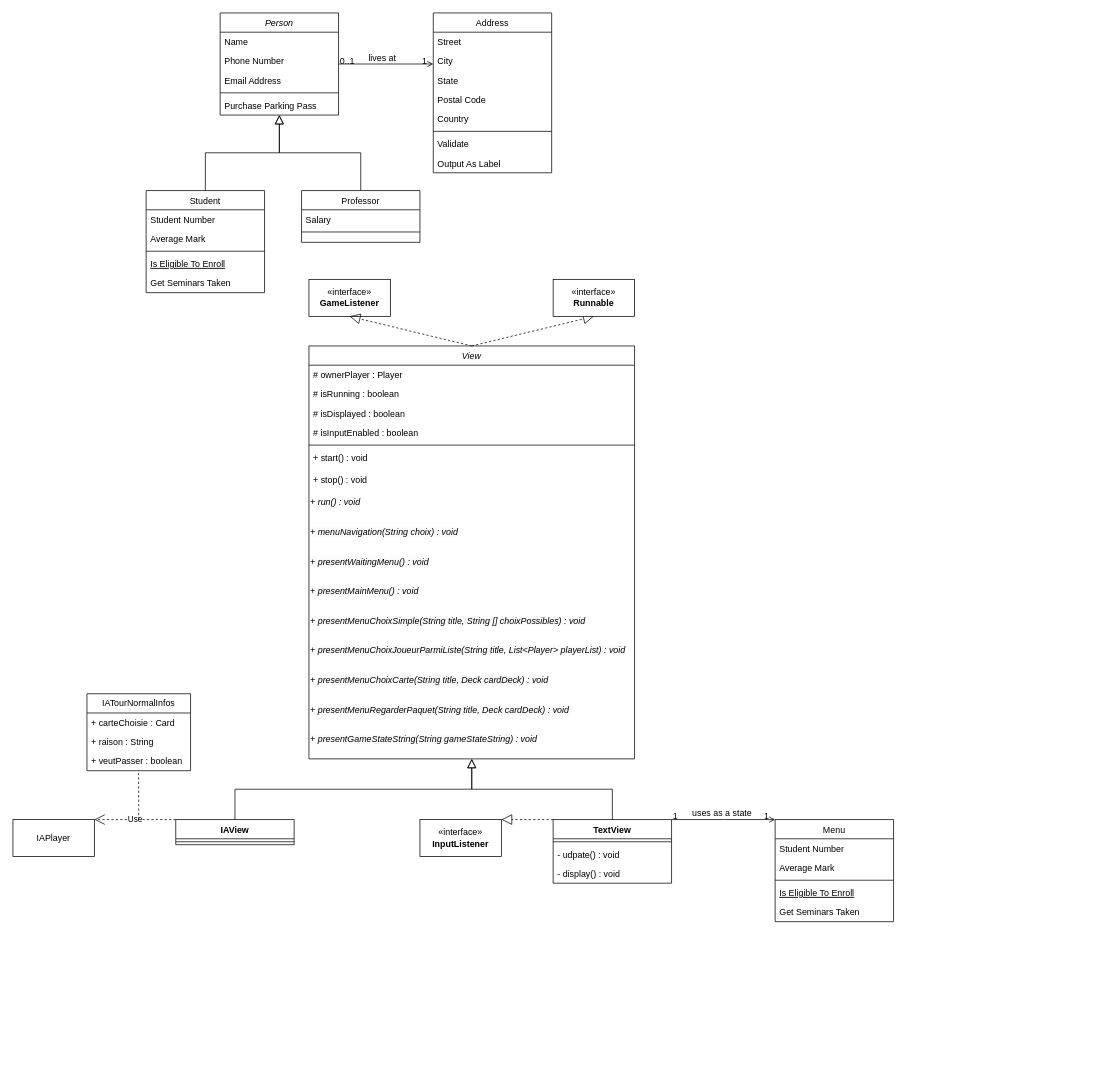
This is Diagramme de classes view.drawio from Riuza-c-137/diagrams.net-default_repo, a draw.io file, before an edit. Source tidied: cells renumbered, new cells numbered last; positions are measured from the earlier drawing's top-left corner, leaving out a move shared by most shapes. Both pictures are drawn from the tidied source at 74%, with x=0, y=0 at pixel (13, 13).
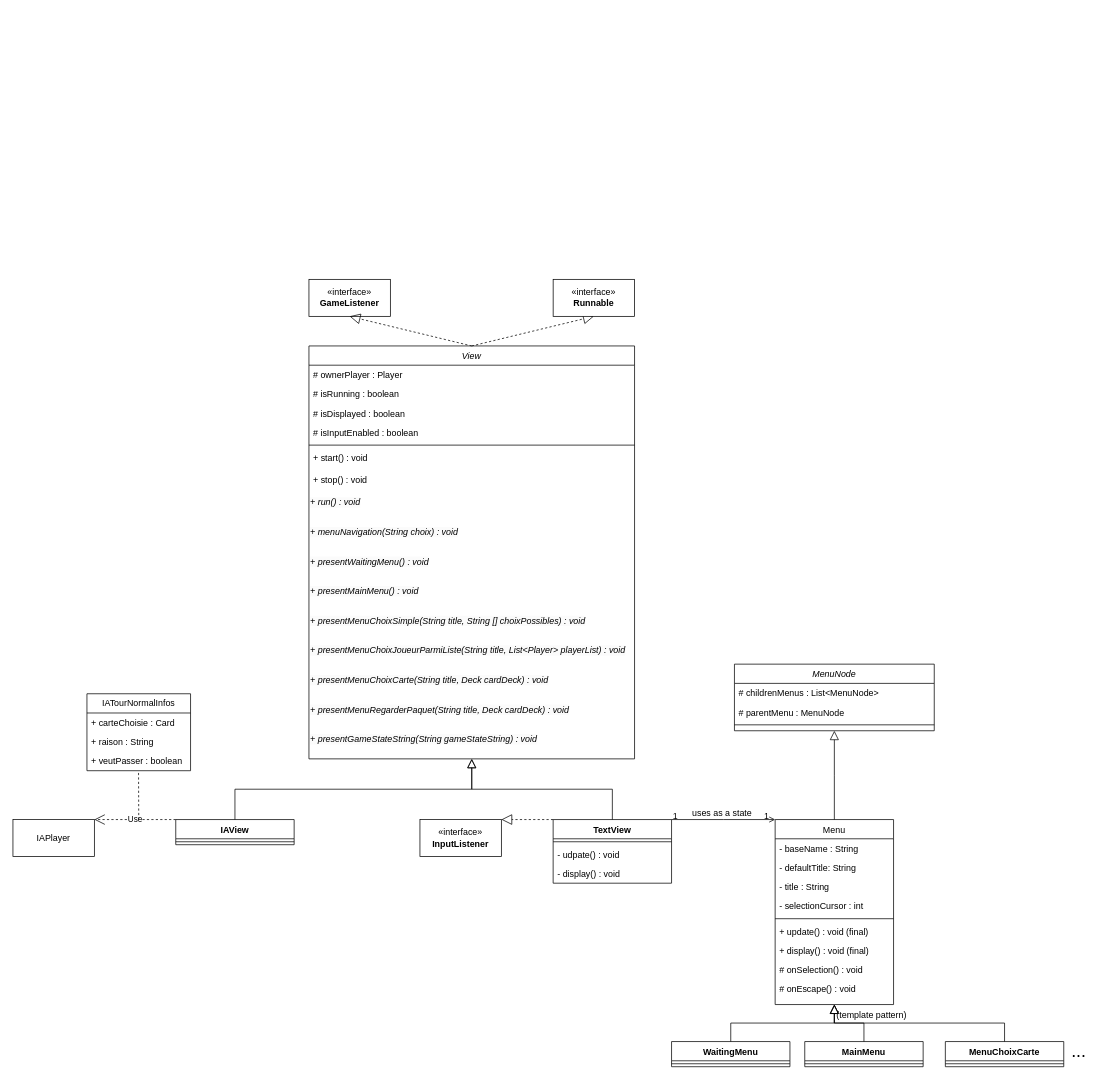
Above is the later version.

Commit message (it also covers changes not shown here):
Mettre à jour Diagramme de classes view.drawio

The edit, as a diff of the source:
```diff
@@
-    <mxCell id="2" value="Person" style="swimlane;fontStyle=2;align=center;verticalAlign=top;horizontal=1;startSize=26;rounded=0;shadow=0;strokeWidth=1;" parent="1" vertex="1">
-      <mxGeometry x="280" width="160" height="138" as="geometry" />
-    </mxCell>
-    <mxCell id="3" value="Name" style="text;align=left;verticalAlign=top;spacingLeft=4;spacingRight=4;overflow=hidden;" parent="2" vertex="1">
-      <mxGeometry y="26" width="160" height="26" as="geometry" />
-    </mxCell>
-    <mxCell id="4" value="Phone Number" style="text;align=left;verticalAlign=top;spacingLeft=4;spacingRight=4;overflow=hidden;rounded=0;shadow=0;html=0;" parent="2" vertex="1">
-      <mxGeometry y="52" width="160" height="26" as="geometry" />
-    </mxCell>
-    <mxCell id="5" value="Email Address" style="text;align=left;verticalAlign=top;spacingLeft=4;spacingRight=4;overflow=hidden;rounded=0;shadow=0;html=0;" parent="2" vertex="1">
-      <mxGeometry y="78" width="160" height="26" as="geometry" />
-    </mxCell>
-    <mxCell id="6" style="line;html=1;strokeWidth=1;align=left;verticalAlign=middle;spacingTop=-1;spacingLeft=3;spacingRight=3;labelPosition=right;" parent="2" vertex="1">
-      <mxGeometry y="104" width="160" height="8" as="geometry" />
-    </mxCell>
-    <mxCell id="7" value="Purchase Parking Pass" style="text;align=left;verticalAlign=top;spacingLeft=4;spacingRight=4;overflow=hidden;" parent="2" vertex="1">
-      <mxGeometry y="112" width="160" height="26" as="geometry" />
-    </mxCell>
-    <mxCell id="8" value="Student" style="swimlane;fontStyle=0;align=center;verticalAlign=top;horizontal=1;startSize=26;rounded=0;shadow=0;strokeWidth=1;" parent="1" vertex="1">
-      <mxGeometry x="180" y="240" width="160" height="138" as="geometry" />
-    </mxCell>
-    <mxCell id="9" value="Student Number" style="text;align=left;verticalAlign=top;spacingLeft=4;spacingRight=4;overflow=hidden;" parent="8" vertex="1">
-      <mxGeometry y="26" width="160" height="26" as="geometry" />
-    </mxCell>
-    <mxCell id="10" value="Average Mark" style="text;align=left;verticalAlign=top;spacingLeft=4;spacingRight=4;overflow=hidden;rounded=0;shadow=0;html=0;" parent="8" vertex="1">
-      <mxGeometry y="52" width="160" height="26" as="geometry" />
-    </mxCell>
-    <mxCell id="11" style="line;html=1;strokeWidth=1;align=left;verticalAlign=middle;spacingTop=-1;spacingLeft=3;spacingRight=3;labelPosition=right;" parent="8" vertex="1">
-      <mxGeometry y="78" width="160" height="8" as="geometry" />
-    </mxCell>
-    <mxCell id="12" value="Is Eligible To Enroll" style="text;align=left;verticalAlign=top;spacingLeft=4;spacingRight=4;overflow=hidden;fontStyle=4;" parent="8" vertex="1">
-      <mxGeometry y="86" width="160" height="26" as="geometry" />
-    </mxCell>
-    <mxCell id="13" value="Get Seminars Taken" style="text;align=left;verticalAlign=top;spacingLeft=4;spacingRight=4;overflow=hidden;" parent="8" vertex="1">
-      <mxGeometry y="112" width="160" height="26" as="geometry" />
-    </mxCell>
-    <mxCell id="14" style="endArrow=block;endSize=10;endFill=0;shadow=0;strokeWidth=1;rounded=0;edgeStyle=elbowEdgeStyle;elbow=vertical;" parent="1" edge="1" source="8" target="2">
-      <mxGeometry relative="1" as="geometry" />
-    </mxCell>
-    <mxCell id="15" value="Professor" style="swimlane;fontStyle=0;align=center;verticalAlign=top;horizontal=1;startSize=26;rounded=0;shadow=0;strokeWidth=1;" parent="1" vertex="1">
-      <mxGeometry x="390" y="240" width="160" height="70" as="geometry" />
-    </mxCell>
-    <mxCell id="16" value="Salary" style="text;align=left;verticalAlign=top;spacingLeft=4;spacingRight=4;overflow=hidden;" parent="15" vertex="1">
-      <mxGeometry y="26" width="160" height="26" as="geometry" />
-    </mxCell>
-    <mxCell id="17" style="line;html=1;strokeWidth=1;align=left;verticalAlign=middle;spacingTop=-1;spacingLeft=3;spacingRight=3;labelPosition=right;" parent="15" vertex="1">
-      <mxGeometry y="52" width="160" height="8" as="geometry" />
-    </mxCell>
-    <mxCell id="18" style="endArrow=block;endSize=10;endFill=0;shadow=0;strokeWidth=1;rounded=0;edgeStyle=elbowEdgeStyle;elbow=vertical;" parent="1" edge="1" source="15" target="2">
-      <mxGeometry relative="1" as="geometry" />
-    </mxCell>
-    <mxCell id="19" value="Address" style="swimlane;fontStyle=0;align=center;verticalAlign=top;horizontal=1;startSize=26;rounded=0;shadow=0;strokeWidth=1;" parent="1" vertex="1">
-      <mxGeometry x="568" width="160" height="216" as="geometry" />
-    </mxCell>
-    <mxCell id="20" value="Street" style="text;align=left;verticalAlign=top;spacingLeft=4;spacingRight=4;overflow=hidden;" parent="19" vertex="1">
-      <mxGeometry y="26" width="160" height="26" as="geometry" />
-    </mxCell>
-    <mxCell id="21" value="City" style="text;align=left;verticalAlign=top;spacingLeft=4;spacingRight=4;overflow=hidden;rounded=0;shadow=0;html=0;" parent="19" vertex="1">
-      <mxGeometry y="52" width="160" height="26" as="geometry" />
-    </mxCell>
-    <mxCell id="22" value="State" style="text;align=left;verticalAlign=top;spacingLeft=4;spacingRight=4;overflow=hidden;rounded=0;shadow=0;html=0;" parent="19" vertex="1">
-      <mxGeometry y="78" width="160" height="26" as="geometry" />
-    </mxCell>
-    <mxCell id="23" value="Postal Code" style="text;align=left;verticalAlign=top;spacingLeft=4;spacingRight=4;overflow=hidden;rounded=0;shadow=0;html=0;" parent="19" vertex="1">
-      <mxGeometry y="104" width="160" height="26" as="geometry" />
-    </mxCell>
-    <mxCell id="24" value="Country" style="text;align=left;verticalAlign=top;spacingLeft=4;spacingRight=4;overflow=hidden;rounded=0;shadow=0;html=0;" parent="19" vertex="1">
-      <mxGeometry y="130" width="160" height="26" as="geometry" />
-    </mxCell>
-    <mxCell id="25" style="line;html=1;strokeWidth=1;align=left;verticalAlign=middle;spacingTop=-1;spacingLeft=3;spacingRight=3;labelPosition=right;" parent="19" vertex="1">
-      <mxGeometry y="156" width="160" height="8" as="geometry" />
-    </mxCell>
-    <mxCell id="26" value="Validate" style="text;align=left;verticalAlign=top;spacingLeft=4;spacingRight=4;overflow=hidden;" parent="19" vertex="1">
-      <mxGeometry y="164" width="160" height="26" as="geometry" />
-    </mxCell>
-    <mxCell id="27" value="Output As Label" style="text;align=left;verticalAlign=top;spacingLeft=4;spacingRight=4;overflow=hidden;" parent="19" vertex="1">
-      <mxGeometry y="190" width="160" height="26" as="geometry" />
-    </mxCell>
-    <mxCell id="28" style="endArrow=open;shadow=0;strokeWidth=1;rounded=0;endFill=1;edgeStyle=elbowEdgeStyle;elbow=vertical;" parent="1" edge="1" source="2" target="19">
-      <mxGeometry x="0.5" y="41" relative="1" as="geometry">
-        <mxPoint x="-40" y="32" as="offset" />
-      </mxGeometry>
-    </mxCell>
-    <mxCell id="29" value="0..1" style="align=left;verticalAlign=bottom;labelBackgroundColor=none;fontSize=12;" parent="28" vertex="1">
-      <mxGeometry x="-1" relative="1" as="geometry">
-        <mxPoint y="4" as="offset" />
-      </mxGeometry>
-    </mxCell>
-    <mxCell id="30" value="1" style="align=right;verticalAlign=bottom;labelBackgroundColor=none;fontSize=12;" parent="28" vertex="1">
-      <mxGeometry x="1" relative="1" as="geometry">
-        <mxPoint x="-7" y="4" as="offset" />
-      </mxGeometry>
-    </mxCell>
-    <mxCell id="31" value="lives at" style="text;html=1;align=center;verticalAlign=middle;labelBackgroundColor=none;rounded=0;shadow=0;strokeWidth=1;fontSize=12;" parent="28" vertex="1">
-      <mxGeometry x="0.5" y="49" relative="1" as="geometry">
-        <mxPoint x="-38" y="40" as="offset" />
-      </mxGeometry>
-    </mxCell>
@@
     <mxCell id="70" value="Menu" style="swimlane;fontStyle=0;align=center;verticalAlign=top;horizontal=1;startSize=26;rounded=0;shadow=0;strokeWidth=1;" parent="1" vertex="1">
-      <mxGeometry x="1030" y="1090" width="160" height="138" as="geometry" />
+      <mxGeometry x="1030" y="1090" width="160" height="250" as="geometry" />
     </mxCell>
-    <mxCell id="71" value="Student Number" style="text;align=left;verticalAlign=top;spacingLeft=4;spacingRight=4;overflow=hidden;" parent="70" vertex="1">
+    <mxCell id="71" value="- baseName : String" style="text;align=left;verticalAlign=top;spacingLeft=4;spacingRight=4;overflow=hidden;" parent="70" vertex="1">
       <mxGeometry y="26" width="160" height="26" as="geometry" />
     </mxCell>
-    <mxCell id="72" value="Average Mark" style="text;align=left;verticalAlign=top;spacingLeft=4;spacingRight=4;overflow=hidden;rounded=0;shadow=0;html=0;" parent="70" vertex="1">
-      <mxGeometry y="52" width="160" height="26" as="geometry" />
-    </mxCell>
+    <mxCell id="80" value="- defaultTitle: String" style="text;align=left;verticalAlign=top;spacingLeft=4;spacingRight=4;overflow=hidden;" parent="70" vertex="1">
+      <mxGeometry y="52" width="160" height="26" as="geometry" />
+    </mxCell>
+    <mxCell id="81" value="- title : String" style="text;align=left;verticalAlign=top;spacingLeft=4;spacingRight=4;overflow=hidden;" parent="70" vertex="1">
+      <mxGeometry y="78" width="160" height="26" as="geometry" />
+    </mxCell>
+    <mxCell id="82" value="- selectionCursor : int" style="text;align=left;verticalAlign=top;spacingLeft=4;spacingRight=4;overflow=hidden;" parent="70" vertex="1">
+      <mxGeometry y="104" width="160" height="26" as="geometry" />
+    </mxCell>
     <mxCell id="73" style="line;html=1;strokeWidth=1;align=left;verticalAlign=middle;spacingTop=-1;spacingLeft=3;spacingRight=3;labelPosition=right;" parent="70" vertex="1">
-      <mxGeometry y="78" width="160" height="8" as="geometry" />
+      <mxGeometry y="130" width="160" height="8" as="geometry" />
     </mxCell>
-    <mxCell id="74" value="Is Eligible To Enroll" style="text;align=left;verticalAlign=top;spacingLeft=4;spacingRight=4;overflow=hidden;fontStyle=4;" parent="70" vertex="1">
-      <mxGeometry y="86" width="160" height="26" as="geometry" />
+    <mxCell id="74" value="+ update() : void (final)" style="text;align=left;verticalAlign=top;spacingLeft=4;spacingRight=4;overflow=hidden;fontStyle=0;" parent="70" vertex="1">
+      <mxGeometry y="138" width="160" height="26" as="geometry" />
     </mxCell>
-    <mxCell id="75" value="Get Seminars Taken" style="text;align=left;verticalAlign=top;spacingLeft=4;spacingRight=4;overflow=hidden;" parent="70" vertex="1">
-      <mxGeometry y="112" width="160" height="26" as="geometry" />
-    </mxCell>
+    <mxCell id="83" value="+ display() : void (final)" style="text;align=left;verticalAlign=top;spacingLeft=4;spacingRight=4;overflow=hidden;fontStyle=0;" parent="70" vertex="1">
+      <mxGeometry y="164" width="160" height="26" as="geometry" />
+    </mxCell>
+    <mxCell id="84" value="# onSelection() : void " style="text;align=left;verticalAlign=top;spacingLeft=4;spacingRight=4;overflow=hidden;fontStyle=0;" parent="70" vertex="1">
+      <mxGeometry y="190" width="160" height="26" as="geometry" />
+    </mxCell>
+    <mxCell id="85" value="# onEscape() : void " style="text;align=left;verticalAlign=top;spacingLeft=4;spacingRight=4;overflow=hidden;fontStyle=0;" parent="70" vertex="1">
+      <mxGeometry y="216" width="160" height="24" as="geometry" />
+    </mxCell>
@@
+    <mxCell id="86" value="MenuNode" style="swimlane;fontStyle=2;align=center;verticalAlign=top;horizontal=1;startSize=26;rounded=0;shadow=0;strokeWidth=1;" parent="1" vertex="1">
+      <mxGeometry x="975" y="880" width="270" height="90" as="geometry" />
+    </mxCell>
+    <mxCell id="87" value="# childrenMenus : List&lt;MenuNode&gt;" style="text;align=left;verticalAlign=top;spacingLeft=4;spacingRight=4;overflow=hidden;" parent="86" vertex="1">
+      <mxGeometry y="26" width="270" height="26" as="geometry" />
+    </mxCell>
+    <mxCell id="88" value="# parentMenu : MenuNode" style="text;align=left;verticalAlign=top;spacingLeft=4;spacingRight=4;overflow=hidden;rounded=0;shadow=0;html=0;" parent="86" vertex="1">
+      <mxGeometry y="52" width="270" height="26" as="geometry" />
+    </mxCell>
+    <mxCell id="89" style="line;html=1;strokeWidth=1;align=left;verticalAlign=middle;spacingTop=-1;spacingLeft=3;spacingRight=3;labelPosition=right;" parent="86" vertex="1">
+      <mxGeometry y="78" width="270" height="8" as="geometry" />
+    </mxCell>
+    <mxCell id="90" style="endArrow=block;endSize=10;endFill=0;shadow=0;strokeWidth=1;rounded=0;edgeStyle=elbowEdgeStyle;elbow=vertical;exitX=0.5;exitY=0;exitDx=0;exitDy=0;entryX=0.5;entryY=1;entryDx=0;entryDy=0;" parent="1" edge="1" source="70" target="86">
+      <mxGeometry relative="1" as="geometry" />
+    </mxCell>
+    <mxCell id="91" value="WaitingMenu" style="swimlane;fontStyle=1;align=center;verticalAlign=top;horizontal=1;startSize=26;whiteSpace=wrap;html=1;" parent="1" vertex="1">
+      <mxGeometry x="890" y="1390" width="160" height="34" as="geometry" />
+    </mxCell>
+    <mxCell id="92" style="line;strokeWidth=1;fillColor=none;align=left;verticalAlign=middle;spacingTop=-1;spacingLeft=3;spacingRight=3;labelPosition=right;strokeColor=inherit;" parent="91" vertex="1">
+      <mxGeometry y="26" width="160" height="8" as="geometry" />
+    </mxCell>
+    <mxCell id="93" value="MainMenu" style="swimlane;fontStyle=1;align=center;verticalAlign=top;horizontal=1;startSize=26;whiteSpace=wrap;html=1;" parent="1" vertex="1">
+      <mxGeometry x="1070" y="1390" width="160" height="34" as="geometry" />
+    </mxCell>
+    <mxCell id="94" style="line;strokeWidth=1;fillColor=none;align=left;verticalAlign=middle;spacingTop=-1;spacingLeft=3;spacingRight=3;labelPosition=right;strokeColor=inherit;" parent="93" vertex="1">
+      <mxGeometry y="26" width="160" height="8" as="geometry" />
+    </mxCell>
+    <mxCell id="95" value="MenuChoixCarte" style="swimlane;fontStyle=1;align=center;verticalAlign=top;horizontal=1;startSize=26;whiteSpace=wrap;html=1;" parent="1" vertex="1">
+      <mxGeometry x="1260" y="1390" width="160" height="34" as="geometry" />
+    </mxCell>
+    <mxCell id="96" style="line;strokeWidth=1;fillColor=none;align=left;verticalAlign=middle;spacingTop=-1;spacingLeft=3;spacingRight=3;labelPosition=right;strokeColor=inherit;" parent="95" vertex="1">
+      <mxGeometry y="26" width="160" height="8" as="geometry" />
+    </mxCell>
+    <mxCell id="97" style="endArrow=block;endSize=10;endFill=0;shadow=0;strokeWidth=1;rounded=0;edgeStyle=elbowEdgeStyle;elbow=vertical;exitX=0.5;exitY=0;exitDx=0;exitDy=0;entryX=0.5;entryY=1;entryDx=0;entryDy=0;" parent="1" edge="1" source="91" target="70">
+      <mxGeometry relative="1" as="geometry" />
+    </mxCell>
+    <mxCell id="98" style="endArrow=block;endSize=10;endFill=0;shadow=0;strokeWidth=1;rounded=0;edgeStyle=elbowEdgeStyle;elbow=vertical;exitX=0.5;exitY=0;exitDx=0;exitDy=0;entryX=0.5;entryY=1;entryDx=0;entryDy=0;" parent="1" edge="1" source="93" target="70">
+      <mxGeometry relative="1" as="geometry" />
+    </mxCell>
+    <mxCell id="99" style="endArrow=block;endSize=10;endFill=0;shadow=0;strokeWidth=1;rounded=0;edgeStyle=elbowEdgeStyle;elbow=vertical;exitX=0.5;exitY=0;exitDx=0;exitDy=0;entryX=0.5;entryY=1;entryDx=0;entryDy=0;" parent="1" edge="1" source="95" target="70">
+      <mxGeometry relative="1" as="geometry" />
+    </mxCell>
+    <mxCell id="100" value="&lt;font style=&quot;font-size: 24px;&quot;&gt;...&lt;/font&gt;" style="text;html=1;align=center;verticalAlign=middle;strokeColor=none;fillColor=none;" parent="1" vertex="1">
+      <mxGeometry x="1420" y="1383" width="40" height="40" as="geometry" />
+    </mxCell>
+    <mxCell id="101" value="(template pattern)" style="text;html=1;align=center;verticalAlign=middle;strokeColor=none;fillColor=none;" parent="1" vertex="1">
+      <mxGeometry x="1100" y="1340" width="120" height="30" as="geometry" />
+    </mxCell>
```
